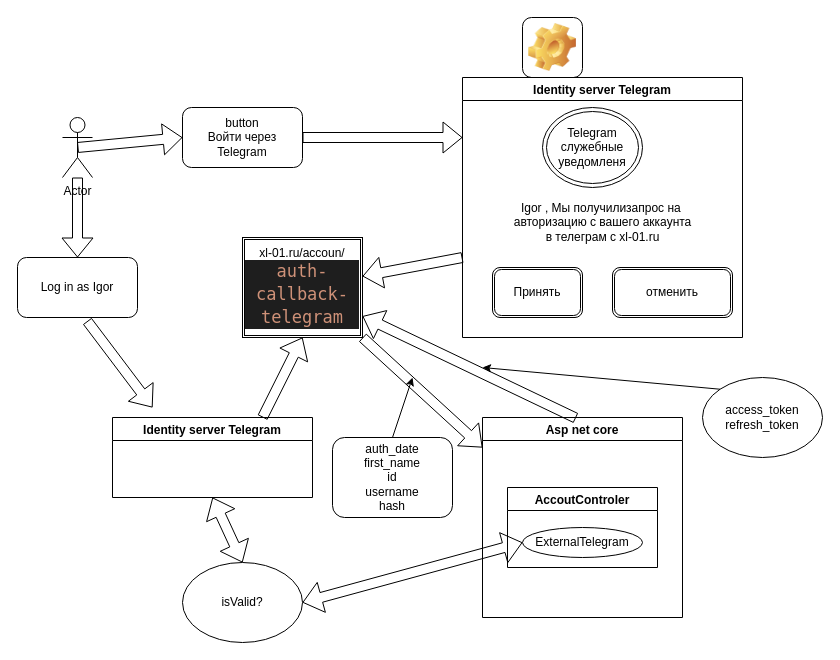
Above: libs/xl01/account/src/lib/diogram_telegram_account.drawio in igoradigey01/x01-v1 (draw.io), before the change. Source tidied: cells renumbered, new cells numbered last; positions are measured from the earlier drawing's top-left corner, leaving out a move shared by most shapes. Both pictures are drawn from the tidied source at 100%, with x=0, y=0 at pixel (17, 17).
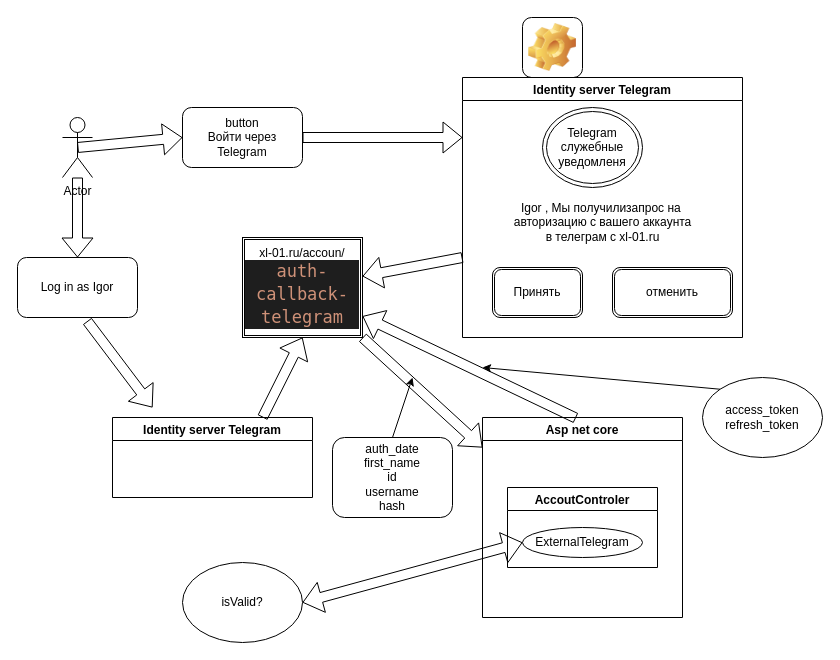
After the change.

The change refers to these unchanged cells:
```xml
<mxCell id="15" value="Identity server Telegram" style="swimlane;" parent="1" vertex="1">
  <mxGeometry x="95" y="400" width="200" height="80" as="geometry" />
</mxCell>
<mxCell id="23" value="isValid?" style="ellipse;whiteSpace=wrap;html=1;" parent="1" vertex="1">
  <mxGeometry x="165" y="545" width="120" height="80" as="geometry" />
</mxCell>
```

Diff of the diagram source:
```diff
@@
-    <mxCell id="25" style="shape=flexArrow;endArrow=classic;startArrow=classic;html=1;exitX=0.5;exitY=0;exitDx=0;exitDy=0;entryX=0.5;entryY=1;entryDx=0;entryDy=0;" parent="1" edge="1" source="23" target="15">
-      <mxGeometry relative="1" as="geometry" />
-    </mxCell>
```
